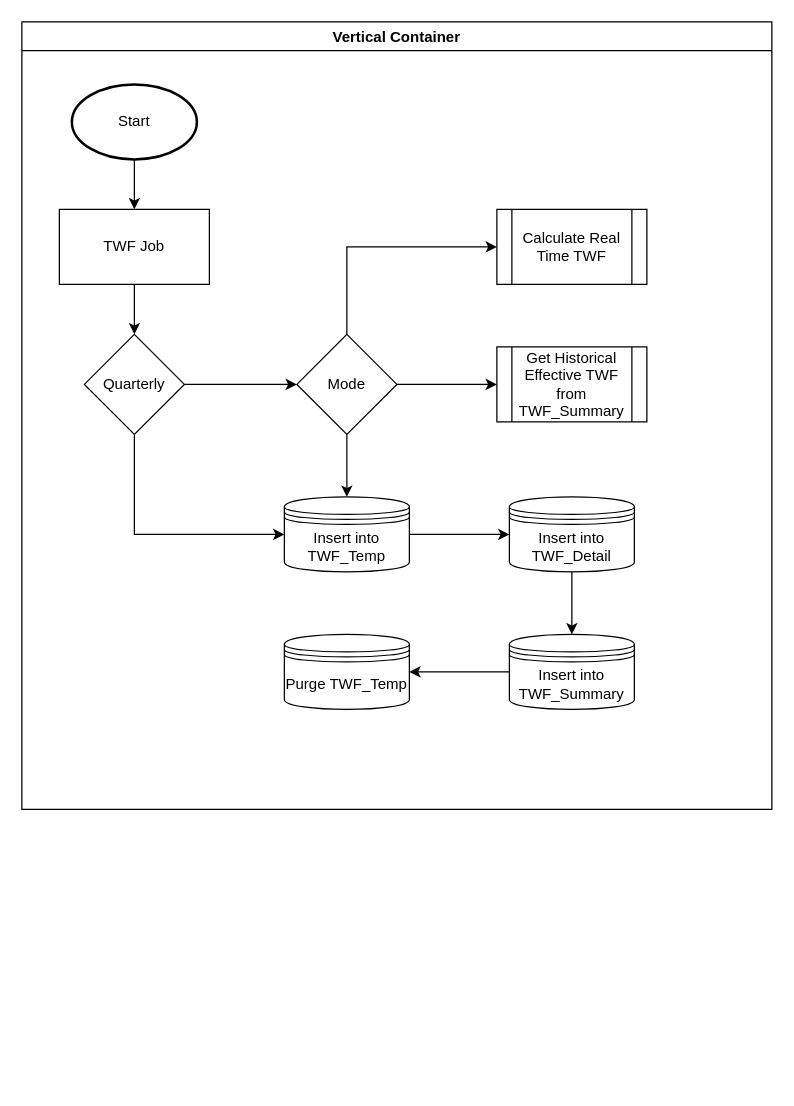
Above: TotalWorkForce_WINS.drawio in willyip2377/DrawIo (draw.io), before the change. Source tidied: cells renumbered, new cells numbered last; positions are measured from the earlier drawing's top-left corner, leaving out a move shared by most shapes. Both pictures are drawn from the tidied source at 125%, with x=0, y=0 at pixel (21, 21).
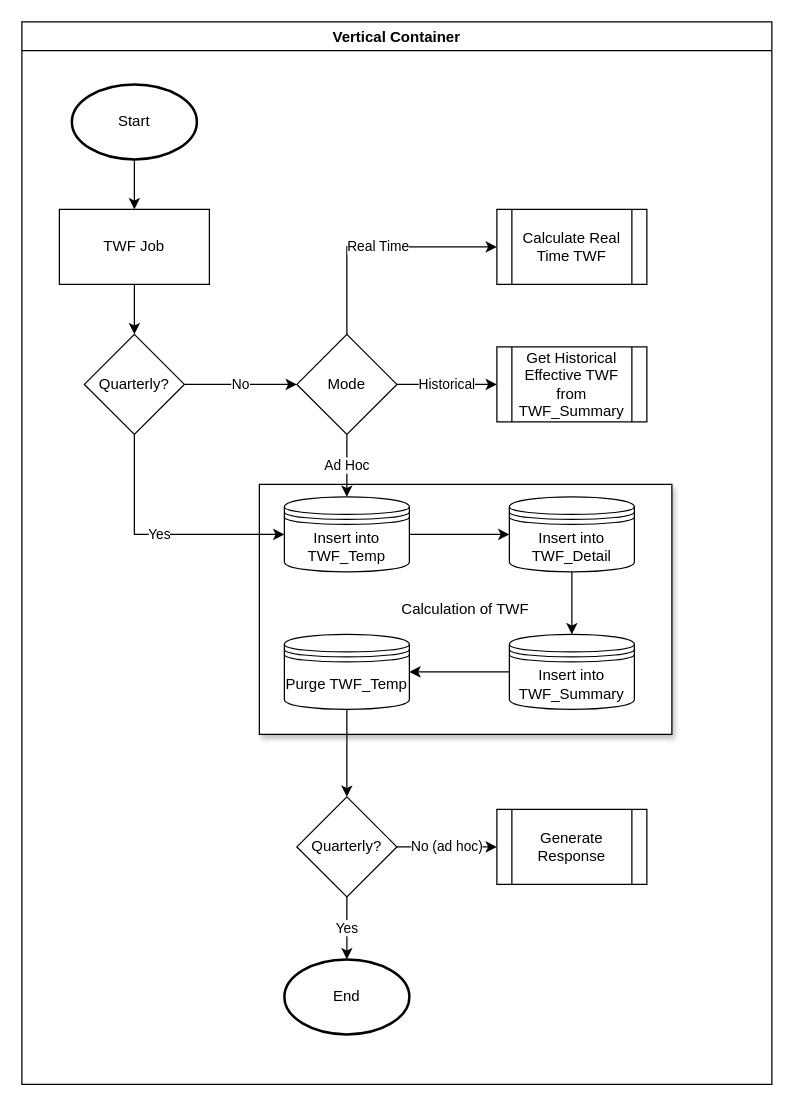
Above is the later version.

The change refers to these unchanged cells:
```xml
<mxCell id="13" value="Mode" style="rhombus;whiteSpace=wrap;html=1;" parent="2" vertex="1">
  <mxGeometry x="220" y="250" width="80" height="80" as="geometry" />
</mxCell>
<mxCell id="14" value="Get Historical Effective TWF from TWF_Summary" style="shape=process;whiteSpace=wrap;html=1;backgroundOutline=1;" parent="2" vertex="1">
  <mxGeometry x="380" y="260" width="120" height="60" as="geometry" />
</mxCell>
<mxCell id="15" value="Calculate Real Time TWF" style="shape=process;whiteSpace=wrap;html=1;backgroundOutline=1;" parent="2" vertex="1">
  <mxGeometry x="380" y="150" width="120" height="60" as="geometry" />
</mxCell>
<mxCell id="17" value="Insert into TWF_Temp" style="shape=datastore;whiteSpace=wrap;html=1;" parent="2" vertex="1">
  <mxGeometry x="210" y="380" width="100" height="60" as="geometry" />
</mxCell>
<mxCell id="20" value="Purge TWF_Temp" style="shape=datastore;whiteSpace=wrap;html=1;" parent="2" vertex="1">
  <mxGeometry x="210" y="490" width="100" height="60" as="geometry" />
</mxCell>
```

What changed in the source:
```diff
@@
     <mxCell id="2" value="Vertical Container" style="swimlane;" parent="1" vertex="1">
-      <mxGeometry width="600" height="630" as="geometry" />
+      <mxGeometry width="600" height="850" as="geometry" />
     </mxCell>
+    <mxCell id="23" value="Calculation of TWF" style="rounded=0;whiteSpace=wrap;html=1;shadow=1;" parent="2" vertex="1">
+      <mxGeometry x="190" y="370" width="330" height="200" as="geometry" />
+    </mxCell>
@@
-    <mxCell id="7" style="edgeStyle=orthogonalEdgeStyle;rounded=0;jettySize=auto;html=1;" parent="2" edge="1" source="9" target="13">
+    <mxCell id="7" value="No" style="edgeStyle=orthogonalEdgeStyle;rounded=0;jettySize=auto;html=1;" parent="2" edge="1" source="9" target="13">
       <mxGeometry relative="1" as="geometry" />
     </mxCell>
-    <mxCell id="8" style="edgeStyle=orthogonalEdgeStyle;rounded=0;jettySize=auto;html=1;exitX=0.5;exitY=1;exitDx=0;exitDy=0;entryX=0;entryY=0.5;entryDx=0;entryDy=0;" parent="2" edge="1" source="9" target="17">
+    <mxCell id="8" value="Yes" style="edgeStyle=orthogonalEdgeStyle;rounded=0;jettySize=auto;html=1;exitX=0.5;exitY=1;exitDx=0;exitDy=0;entryX=0;entryY=0.5;entryDx=0;entryDy=0;" parent="2" edge="1" source="9" target="17">
       <mxGeometry relative="1" as="geometry" />
     </mxCell>
-    <mxCell id="9" value="Quarterly" style="rhombus;whiteSpace=wrap;html=1;" parent="2" vertex="1">
+    <mxCell id="9" value="Quarterly?" style="rhombus;whiteSpace=wrap;html=1;" parent="2" vertex="1">
       <mxGeometry x="50" y="250" width="80" height="80" as="geometry" />
     </mxCell>
-    <mxCell id="10" style="edgeStyle=orthogonalEdgeStyle;rounded=0;jettySize=auto;html=1;" parent="2" edge="1" source="13" target="14">
+    <mxCell id="10" value="Historical" style="edgeStyle=orthogonalEdgeStyle;rounded=0;jettySize=auto;html=1;" parent="2" edge="1" source="13" target="14">
       <mxGeometry relative="1" as="geometry" />
     </mxCell>
-    <mxCell id="11" style="edgeStyle=orthogonalEdgeStyle;rounded=0;jettySize=auto;html=1;exitX=0.5;exitY=0;exitDx=0;exitDy=0;entryX=0;entryY=0.5;entryDx=0;entryDy=0;" parent="2" edge="1" source="13" target="15">
+    <mxCell id="11" value="Real Time" style="edgeStyle=orthogonalEdgeStyle;rounded=0;jettySize=auto;html=1;exitX=0.5;exitY=0;exitDx=0;exitDy=0;entryX=0;entryY=0.5;entryDx=0;entryDy=0;" parent="2" edge="1" source="13" target="15">
       <mxGeometry relative="1" as="geometry" />
     </mxCell>
-    <mxCell id="12" style="edgeStyle=orthogonalEdgeStyle;rounded=0;jettySize=auto;html=1;" parent="2" edge="1" source="13" target="17">
+    <mxCell id="12" value="Ad Hoc" style="edgeStyle=orthogonalEdgeStyle;rounded=0;jettySize=auto;html=1;" parent="2" edge="1" source="13" target="17">
       <mxGeometry relative="1" as="geometry" />
     </mxCell>
@@
+    <mxCell id="24" style="edgeStyle=orthogonalEdgeStyle;rounded=0;jettySize=auto;html=1;" parent="2" edge="1" source="20" target="27">
+      <mxGeometry relative="1" as="geometry" />
+    </mxCell>
@@
+    <mxCell id="25" value="No (ad hoc)" style="edgeStyle=orthogonalEdgeStyle;rounded=0;jettySize=auto;html=1;" parent="2" edge="1" source="27" target="29">
+      <mxGeometry relative="1" as="geometry" />
+    </mxCell>
+    <mxCell id="26" value="Yes" style="edgeStyle=orthogonalEdgeStyle;rounded=0;jettySize=auto;html=1;" parent="2" edge="1" source="27" target="28">
+      <mxGeometry relative="1" as="geometry" />
+    </mxCell>
+    <mxCell id="27" value="Quarterly?" style="rhombus;whiteSpace=wrap;html=1;shadow=0;" parent="2" vertex="1">
+      <mxGeometry x="220" y="620" width="80" height="80" as="geometry" />
+    </mxCell>
+    <mxCell id="28" value="End" style="strokeWidth=2;html=1;shape=mxgraph.flowchart.start_1;whiteSpace=wrap;shadow=0;" parent="2" vertex="1">
+      <mxGeometry x="210" y="750" width="100" height="60" as="geometry" />
+    </mxCell>
+    <mxCell id="29" value="Generate Response" style="shape=process;whiteSpace=wrap;html=1;backgroundOutline=1;" parent="2" vertex="1">
+      <mxGeometry x="380" y="630" width="120" height="60" as="geometry" />
+    </mxCell>
```
